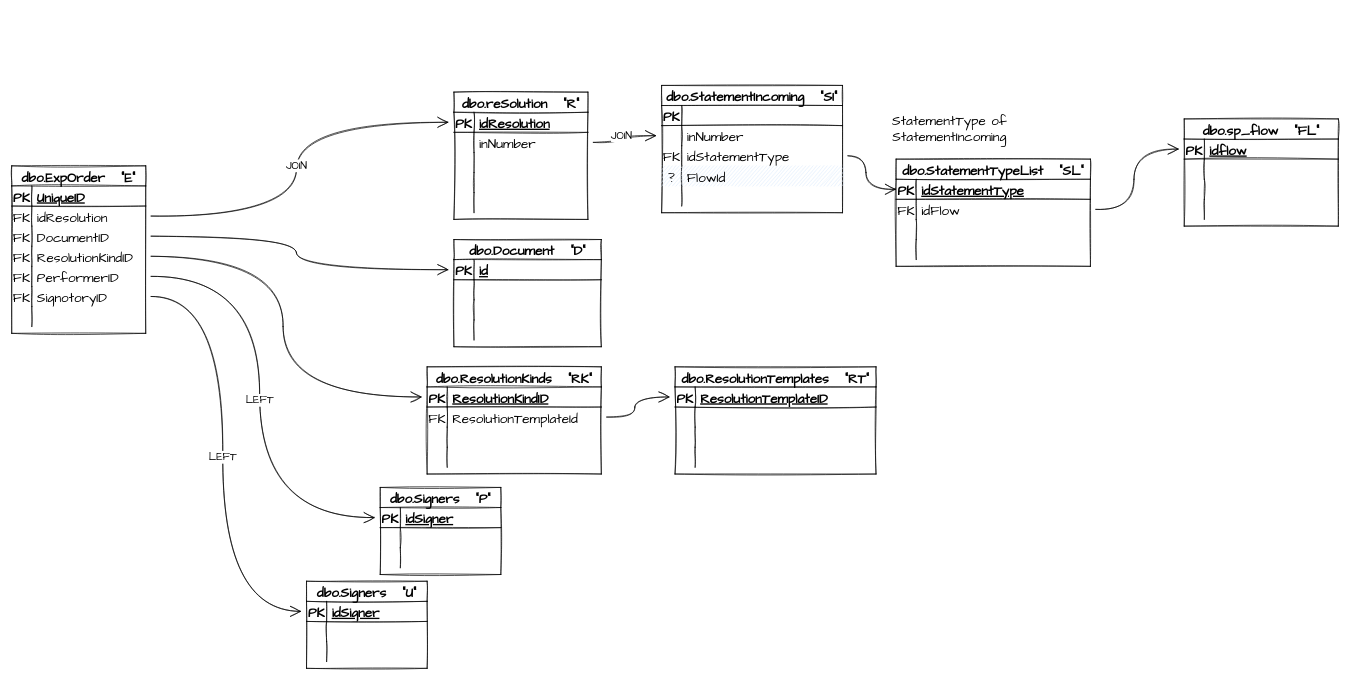
Before: SQL/GRLS/dbo/StoredProc/GetRpTaskBMCP.sql/GetRpTaskBMCP.drawio in davyd0ff/so-line-grls, a draw.io diagram. Source tidied: cells renumbered, new cells numbered last; positions are measured from the earlier drawing's top-left corner, leaving out a move shared by most shapes. Both pictures are drawn from the tidied source at 67%, with x=0, y=0 at pixel (11, 85).
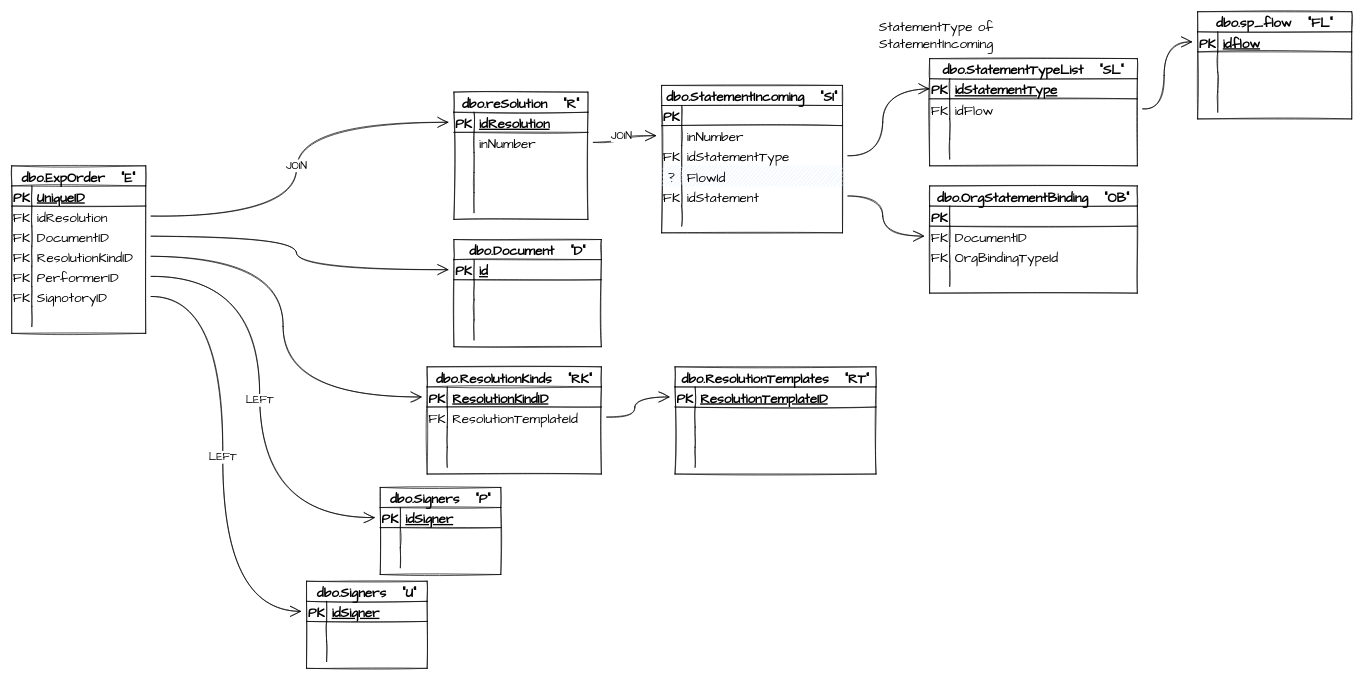
Above is the later version.

Unchanged cells that the change refers to:
```xml
<mxCell id="54" style="shape=tableRow;horizontal=0;startSize=0;swimlaneHead=0;swimlaneBody=0;fillColor=none;points=[[0,0.5],[1,0.5]];portConstraint=eastwest;top=0;left=0;right=0;bottom=0;sketch=1;hachureGap=4;fontFamily=Architects Daughter;fontSize=20;" parent="41" vertex="1">
  <mxGeometry y="150" width="270" height="30" as="geometry" />
</mxCell>
```

What changed in the source:
```diff
@@
     <mxCell id="41" value="dbo.StatementIncoming   &quot;SI&quot;" style="shape=table;startSize=30;childLayout=tableLayout;rowLines=0;fontStyle=1;align=center;sketch=1;hachureGap=4;fontFamily=Architects Daughter;fontSize=20;" parent="1" vertex="1">
-      <mxGeometry x="970" width="270" height="190" as="geometry" />
+      <mxGeometry x="970" width="270" height="220" as="geometry" />
     </mxCell>
@@
-    <mxCell id="55" style="shape=partialRectangle;fillColor=none;top=0;left=0;bottom=0;right=0;overflow=hidden;sketch=1;hachureGap=4;fontFamily=Architects Daughter;fontSize=20;" parent="54" vertex="1">
+    <mxCell id="55" value="FK" style="shape=partialRectangle;fillColor=none;top=0;left=0;bottom=0;right=0;overflow=hidden;sketch=1;hachureGap=4;fontFamily=Architects Daughter;fontSize=20;" parent="54" vertex="1">
       <mxGeometry width="30" height="30" as="geometry" />
     </mxCell>
-    <mxCell id="56" style="shape=partialRectangle;fillColor=none;top=0;left=0;bottom=0;right=0;align=left;spacingLeft=6;overflow=hidden;sketch=1;hachureGap=4;fontFamily=Architects Daughter;fontSize=20;" parent="54" vertex="1">
+    <mxCell id="56" value="idStatement" style="shape=partialRectangle;fillColor=none;top=0;left=0;bottom=0;right=0;align=left;spacingLeft=6;overflow=hidden;sketch=1;hachureGap=4;fontFamily=Architects Daughter;fontSize=20;" parent="54" vertex="1">
       <mxGeometry x="30" width="240" height="30" as="geometry" />
     </mxCell>
+    <mxCell id="151" style="shape=tableRow;horizontal=0;startSize=0;swimlaneHead=0;swimlaneBody=0;fillColor=none;top=0;left=0;right=0;bottom=0;sketch=1;hachureGap=4;fontFamily=Architects Daughter;fontSize=20;" parent="41" vertex="1">
+      <mxGeometry y="180" width="270" height="30" as="geometry" />
+    </mxCell>
+    <mxCell id="152" style="shape=partialRectangle;fillColor=none;top=0;left=0;bottom=0;right=0;overflow=hidden;sketch=1;hachureGap=4;fontFamily=Architects Daughter;fontSize=20;" parent="151" vertex="1">
+      <mxGeometry width="30" height="30" as="geometry" />
+    </mxCell>
+    <mxCell id="153" style="shape=partialRectangle;fillColor=none;top=0;left=0;bottom=0;right=0;align=left;spacingLeft=6;overflow=hidden;sketch=1;hachureGap=4;fontFamily=Architects Daughter;fontSize=20;" parent="151" vertex="1">
+      <mxGeometry x="30" width="240" height="30" as="geometry" />
+    </mxCell>
@@
     <mxCell id="58" value="dbo.StatementTypeList   &quot;SL&quot;" style="shape=table;startSize=30;childLayout=tableLayout;rowLines=0;fontStyle=1;align=center;sketch=1;hachureGap=4;fontFamily=Architects Daughter;fontSize=20;" parent="1" vertex="1">
-      <mxGeometry x="1320" y="110" width="290" height="160" as="geometry" />
+      <mxGeometry x="1370" y="-40" width="310" height="160" as="geometry" />
     </mxCell>
     <mxCell id="59" style="shape=tableRow;horizontal=0;startSize=0;swimlaneHead=0;swimlaneBody=0;fillColor=none;points=[[0,0.5],[1,0.5]];portConstraint=eastwest;top=0;left=0;right=0;bottom=1;sketch=1;hachureGap=4;fontFamily=Architects Daughter;fontSize=20;" parent="58" vertex="1">
-      <mxGeometry y="30" width="290" height="30" as="geometry" />
+      <mxGeometry y="30" width="310" height="30" as="geometry" />
     </mxCell>
@@
     <mxCell id="61" value="idStatementType" style="shape=partialRectangle;fillColor=none;top=0;left=0;bottom=0;right=0;align=left;spacingLeft=6;fontStyle=5;overflow=hidden;sketch=1;hachureGap=4;fontFamily=Architects Daughter;fontSize=20;" parent="59" vertex="1">
-      <mxGeometry x="30" width="260" height="30" as="geometry" />
+      <mxGeometry x="30" width="280" height="30" as="geometry" />
     </mxCell>
     <mxCell id="62" style="shape=tableRow;horizontal=0;startSize=0;swimlaneHead=0;swimlaneBody=0;fillColor=none;points=[[0,0.5],[1,0.5]];portConstraint=eastwest;top=0;left=0;right=0;bottom=0;sketch=1;hachureGap=4;fontFamily=Architects Daughter;fontSize=20;" parent="58" vertex="1">
-      <mxGeometry y="60" width="290" height="30" as="geometry" />
+      <mxGeometry y="60" width="310" height="30" as="geometry" />
     </mxCell>
@@
     <mxCell id="64" value="idFlow" style="shape=partialRectangle;fillColor=none;top=0;left=0;bottom=0;right=0;align=left;spacingLeft=6;overflow=hidden;sketch=1;hachureGap=4;fontFamily=Architects Daughter;fontSize=20;" parent="62" vertex="1">
-      <mxGeometry x="30" width="260" height="30" as="geometry" />
+      <mxGeometry x="30" width="280" height="30" as="geometry" />
     </mxCell>
     <mxCell id="65" style="shape=tableRow;horizontal=0;startSize=0;swimlaneHead=0;swimlaneBody=0;fillColor=none;top=0;left=0;right=0;bottom=0;sketch=1;hachureGap=4;fontFamily=Architects Daughter;fontSize=20;" parent="58" vertex="1">
-      <mxGeometry y="90" width="290" height="30" as="geometry" />
+      <mxGeometry y="90" width="310" height="30" as="geometry" />
     </mxCell>
@@
     <mxCell id="67" value="  " style="shape=partialRectangle;fillColor=none;top=0;left=0;bottom=0;right=0;align=left;spacingLeft=6;overflow=hidden;sketch=1;hachureGap=4;fontFamily=Architects Daughter;fontSize=20;" parent="65" vertex="1">
-      <mxGeometry x="30" width="260" height="30" as="geometry" />
+      <mxGeometry x="30" width="280" height="30" as="geometry" />
     </mxCell>
     <mxCell id="68" style="shape=tableRow;horizontal=0;startSize=0;swimlaneHead=0;swimlaneBody=0;fillColor=none;top=0;left=0;right=0;bottom=0;sketch=1;hachureGap=4;fontFamily=Architects Daughter;fontSize=20;" parent="58" vertex="1">
-      <mxGeometry y="120" width="290" height="30" as="geometry" />
+      <mxGeometry y="120" width="310" height="30" as="geometry" />
     </mxCell>
@@
     <mxCell id="70" value="   " style="shape=partialRectangle;fillColor=none;top=0;left=0;bottom=0;right=0;align=left;spacingLeft=6;overflow=hidden;sketch=1;hachureGap=4;fontFamily=Architects Daughter;fontSize=20;" parent="68" vertex="1">
-      <mxGeometry x="30" width="260" height="30" as="geometry" />
+      <mxGeometry x="30" width="280" height="30" as="geometry" />
     </mxCell>
@@
     <mxCell id="72" value="StatementType of StatementIncoming" style="text;html=1;strokeColor=none;fillColor=none;align=center;verticalAlign=middle;whiteSpace=wrap;rounded=0;sketch=1;hachureGap=4;fontFamily=Architects Daughter;fontSize=20;" parent="1" vertex="1">
-      <mxGeometry x="1310" y="50" width="180" height="30" as="geometry" />
+      <mxGeometry x="1290" y="-90" width="180" height="30" as="geometry" />
     </mxCell>
@@
     <mxCell id="115" value="dbo.sp_flow   &quot;FL&quot;" style="shape=table;startSize=30;childLayout=tableLayout;rowLines=0;fontStyle=1;align=center;sketch=1;hachureGap=4;fontFamily=Architects Daughter;fontSize=20;" parent="1" vertex="1">
-      <mxGeometry x="1750" y="50" width="230" height="160" as="geometry" />
+      <mxGeometry x="1770" y="-110" width="230" height="160" as="geometry" />
     </mxCell>
@@
+    <mxCell id="154" value="dbo.OrgStatementBinding   &quot;OB&quot;" style="shape=table;startSize=30;childLayout=tableLayout;rowLines=0;fontStyle=1;align=center;sketch=1;hachureGap=4;fontFamily=Architects Daughter;fontSize=20;" parent="1" vertex="1">
+      <mxGeometry x="1370" y="150" width="310" height="160" as="geometry" />
+    </mxCell>
+    <mxCell id="155" style="shape=tableRow;horizontal=0;startSize=0;swimlaneHead=0;swimlaneBody=0;fillColor=none;top=0;left=0;right=0;bottom=1;sketch=1;hachureGap=4;fontFamily=Architects Daughter;fontSize=20;" parent="154" vertex="1">
+      <mxGeometry y="30" width="310" height="30" as="geometry" />
+    </mxCell>
+    <mxCell id="156" value="PK" style="shape=partialRectangle;fillColor=none;top=0;left=0;bottom=0;right=0;fontStyle=1;overflow=hidden;sketch=1;hachureGap=4;fontFamily=Architects Daughter;fontSize=20;" parent="155" vertex="1">
+      <mxGeometry width="30" height="30" as="geometry" />
+    </mxCell>
+    <mxCell id="157" style="shape=partialRectangle;fillColor=none;top=0;left=0;bottom=0;right=0;align=left;spacingLeft=6;fontStyle=5;overflow=hidden;sketch=1;hachureGap=4;fontFamily=Architects Daughter;fontSize=20;" parent="155" vertex="1">
+      <mxGeometry x="30" width="280" height="30" as="geometry" />
+    </mxCell>
+    <mxCell id="158" style="shape=tableRow;horizontal=0;startSize=0;swimlaneHead=0;swimlaneBody=0;fillColor=none;points=[[0,0.5],[1,0.5]];portConstraint=eastwest;top=0;left=0;right=0;bottom=0;sketch=1;hachureGap=4;fontFamily=Architects Daughter;fontSize=20;" parent="154" vertex="1">
+      <mxGeometry y="60" width="310" height="30" as="geometry" />
+    </mxCell>
+    <mxCell id="159" value="FK" style="shape=partialRectangle;fillColor=none;top=0;left=0;bottom=0;right=0;overflow=hidden;sketch=1;hachureGap=4;fontFamily=Architects Daughter;fontSize=20;" parent="158" vertex="1">
+      <mxGeometry width="30" height="30" as="geometry" />
+    </mxCell>
+    <mxCell id="160" value="DocumentID" style="shape=partialRectangle;fillColor=none;top=0;left=0;bottom=0;right=0;align=left;spacingLeft=6;overflow=hidden;sketch=1;hachureGap=4;fontFamily=Architects Daughter;fontSize=20;" parent="158" vertex="1">
+      <mxGeometry x="30" width="280" height="30" as="geometry" />
+    </mxCell>
+    <mxCell id="161" style="shape=tableRow;horizontal=0;startSize=0;swimlaneHead=0;swimlaneBody=0;fillColor=none;top=0;left=0;right=0;bottom=0;sketch=1;hachureGap=4;fontFamily=Architects Daughter;fontSize=20;" parent="154" vertex="1">
+      <mxGeometry y="90" width="310" height="30" as="geometry" />
+    </mxCell>
+    <mxCell id="162" value="FK" style="shape=partialRectangle;fillColor=none;top=0;left=0;bottom=0;right=0;overflow=hidden;sketch=1;hachureGap=4;fontFamily=Architects Daughter;fontSize=20;" parent="161" vertex="1">
+      <mxGeometry width="30" height="30" as="geometry" />
+    </mxCell>
+    <mxCell id="163" value="OrgBindingTypeId" style="shape=partialRectangle;fillColor=none;top=0;left=0;bottom=0;right=0;align=left;spacingLeft=6;overflow=hidden;sketch=1;hachureGap=4;fontFamily=Architects Daughter;fontSize=20;" parent="161" vertex="1">
+      <mxGeometry x="30" width="280" height="30" as="geometry" />
+    </mxCell>
+    <mxCell id="164" style="shape=tableRow;horizontal=0;startSize=0;swimlaneHead=0;swimlaneBody=0;fillColor=none;top=0;left=0;right=0;bottom=0;sketch=1;hachureGap=4;fontFamily=Architects Daughter;fontSize=20;" parent="154" vertex="1">
+      <mxGeometry y="120" width="310" height="30" as="geometry" />
+    </mxCell>
+    <mxCell id="165" style="shape=partialRectangle;fillColor=none;top=0;left=0;bottom=0;right=0;overflow=hidden;sketch=1;hachureGap=4;fontFamily=Architects Daughter;fontSize=20;" parent="164" vertex="1">
+      <mxGeometry width="30" height="30" as="geometry" />
+    </mxCell>
+    <mxCell id="166" value="   " style="shape=partialRectangle;fillColor=none;top=0;left=0;bottom=0;right=0;align=left;spacingLeft=6;overflow=hidden;sketch=1;hachureGap=4;fontFamily=Architects Daughter;fontSize=20;" parent="164" vertex="1">
+      <mxGeometry x="30" width="280" height="30" as="geometry" />
+    </mxCell>
+    <mxCell id="167" style="edgeStyle=orthogonalEdgeStyle;curved=1;rounded=0;sketch=1;hachureGap=4;jettySize=auto;html=1;fontFamily=Architects Daughter;fontSize=16;endArrow=open;startSize=14;endSize=14;sourcePerimeterSpacing=8;targetPerimeterSpacing=8;" parent="1" edge="1" source="54" target="158">
+      <mxGeometry relative="1" as="geometry" />
+    </mxCell>
```
